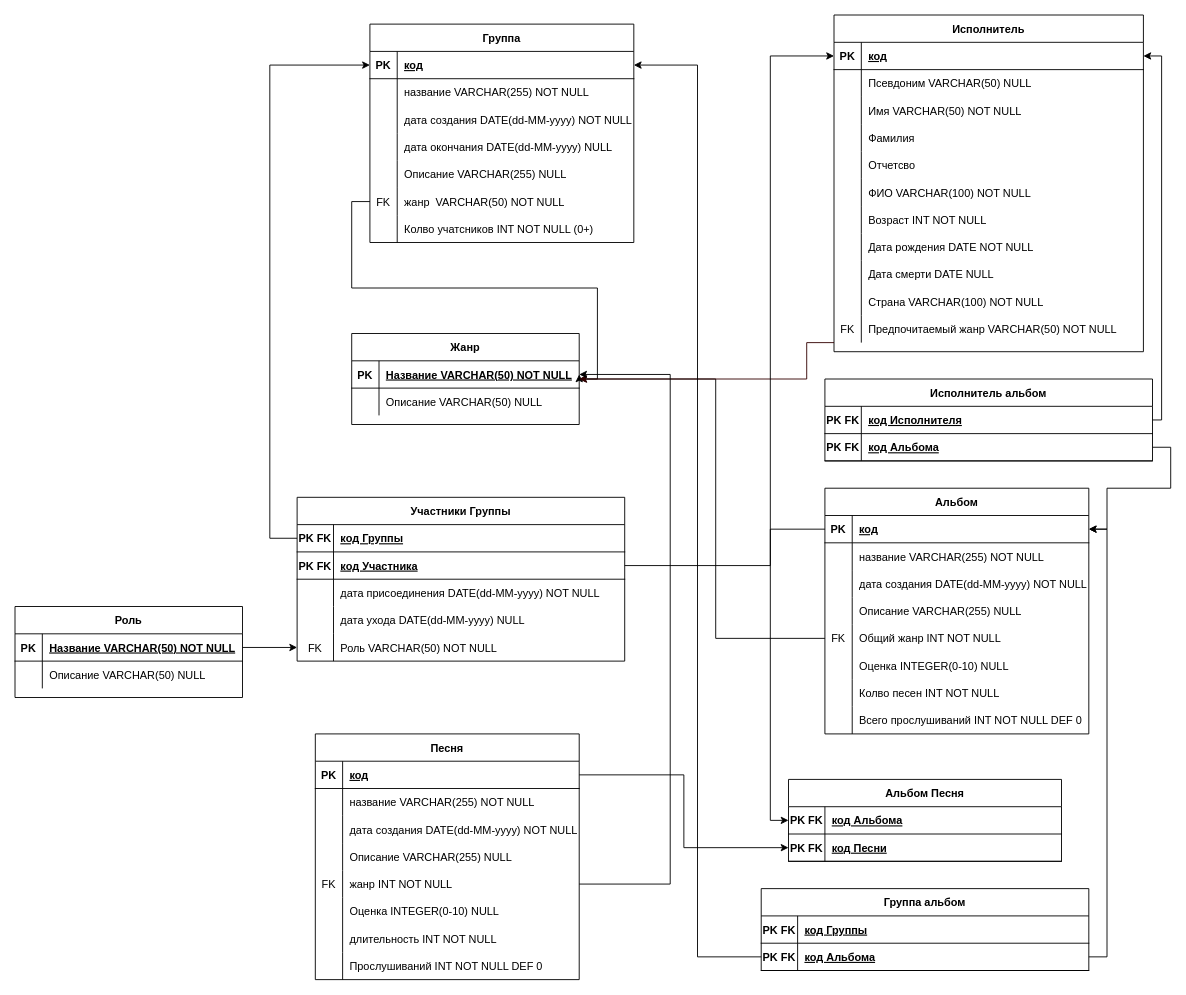
Above: Untitled Diagram.drawio in UnknownBoom/KPDB (draw.io), before the change. Source tidied: cells renumbered, new cells numbered last; positions are measured from the earlier drawing's top-left corner, leaving out a move shared by most shapes. Both pictures are drawn from the tidied source at 91%, with x=0, y=0 at pixel (15, 15).
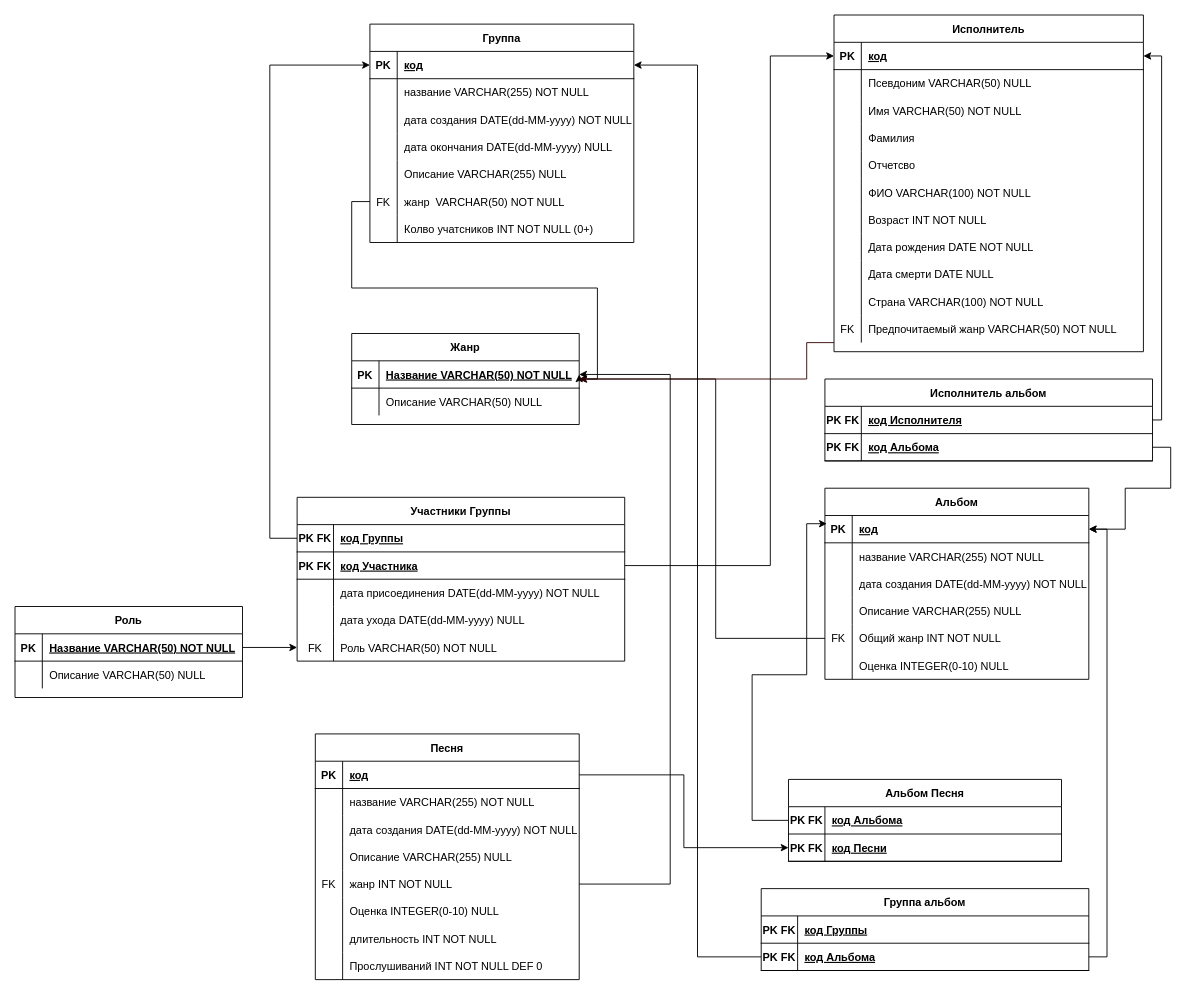
Above is the later version.

Unchanged cells that the change refers to:
```xml
<mxCell id="67" style="shape=partialRectangle;fillColor=none;points=[[0,0.5],[1,0.5]];portConstraint=eastwest;top=0;left=0;right=0;bottom=1;" parent="66" vertex="1">
  <mxGeometry y="30" width="290" height="30" as="geometry" />
</mxCell>
<mxCell id="146" style="shape=partialRectangle;fillColor=none;points=[[0,0.5],[1,0.5]];portConstraint=eastwest;top=0;left=0;right=0;bottom=1;" parent="145" vertex="1">
  <mxGeometry y="30" width="300" height="30" as="geometry" />
</mxCell>
<mxCell id="167" style="shape=partialRectangle;fillColor=none;points=[[0,0.5],[1,0.5]];portConstraint=eastwest;top=0;left=0;right=0;bottom=1;" parent="163" vertex="1">
  <mxGeometry y="60" width="360" height="30" as="geometry" />
</mxCell>
```

Diff of the diagram source:
```diff
@@
     <mxCell id="66" value="Альбом" style="shape=table;startSize=30;childLayout=tableLayout;rowLines=0;fontStyle=1;align=center;" parent="1" vertex="1">
-      <mxGeometry x="890" y="520" width="290" height="270" as="geometry" />
+      <mxGeometry x="890" y="520" width="290" height="210" as="geometry" />
     </mxCell>
@@
-    <mxCell id="85" style="shape=partialRectangle;fillColor=none;top=0;left=0;right=0;bottom=0;" parent="66" vertex="1">
-      <mxGeometry y="210" width="290" height="30" as="geometry" />
-    </mxCell>
-    <mxCell id="86" style="shape=partialRectangle;overflow=hidden;fillColor=none;top=0;left=0;bottom=0;right=0;" parent="85" vertex="1">
-      <mxGeometry width="30" height="30" as="geometry" />
-    </mxCell>
-    <mxCell id="87" value="Колво песен INT NOT NULL" style="shape=partialRectangle;overflow=hidden;fillColor=none;top=0;left=0;bottom=0;right=0;align=left;spacingLeft=6;" parent="85" vertex="1">
-      <mxGeometry x="30" width="260" height="30" as="geometry" />
-    </mxCell>
-    <mxCell id="88" style="shape=partialRectangle;fillColor=none;top=0;left=0;right=0;bottom=0;" parent="66" vertex="1">
-      <mxGeometry y="240" width="290" height="30" as="geometry" />
-    </mxCell>
-    <mxCell id="89" style="shape=partialRectangle;overflow=hidden;fillColor=none;top=0;left=0;bottom=0;right=0;" parent="88" vertex="1">
-      <mxGeometry width="30" height="30" as="geometry" />
-    </mxCell>
-    <mxCell id="90" value="Всего прослушиваний INT NOT NULL DEF 0" style="shape=partialRectangle;overflow=hidden;fillColor=none;top=0;left=0;bottom=0;right=0;align=left;spacingLeft=6;" parent="88" vertex="1">
-      <mxGeometry x="30" width="260" height="30" as="geometry" />
-    </mxCell>
@@
-    <mxCell id="153" style="edgeStyle=orthogonalEdgeStyle;rounded=0;jettySize=auto;html=1;entryX=0;entryY=0.5;entryDx=0;entryDy=0;shadow=0;strokeColor=#000000;fillColor=#FF3333;" parent="1" edge="1" source="67" target="146">
-      <mxGeometry relative="1" as="geometry" />
-    </mxCell>
@@
     <mxCell id="170" style="edgeStyle=orthogonalEdgeStyle;rounded=0;jettySize=auto;html=1;entryX=1;entryY=0.5;entryDx=0;entryDy=0;shadow=0;strokeColor=#000000;fillColor=#FF3333;" parent="1" edge="1" source="167" target="67">
       <mxGeometry relative="1" as="geometry">
         <Array as="points">
           <mxPoint x="1270" y="475" />
           <mxPoint x="1270" y="520" />
-          <mxPoint x="1200" y="520" />
-          <mxPoint x="1200" y="565" />
+          <mxPoint x="1220" y="520" />
+          <mxPoint x="1220" y="565" />
         </Array>
       </mxGeometry>
     </mxCell>
@@
+    <mxCell id="172" style="edgeStyle=orthogonalEdgeStyle;rounded=0;jettySize=auto;html=1;entryX=0.007;entryY=0.3;entryDx=0;entryDy=0;entryPerimeter=0;" parent="1" edge="1" source="146" target="67">
+      <mxGeometry relative="1" as="geometry">
+        <Array as="points">
+          <mxPoint x="810" y="885" />
+          <mxPoint x="810" y="725" />
+          <mxPoint x="870" y="725" />
+          <mxPoint x="870" y="559" />
+        </Array>
+      </mxGeometry>
+    </mxCell>
```
